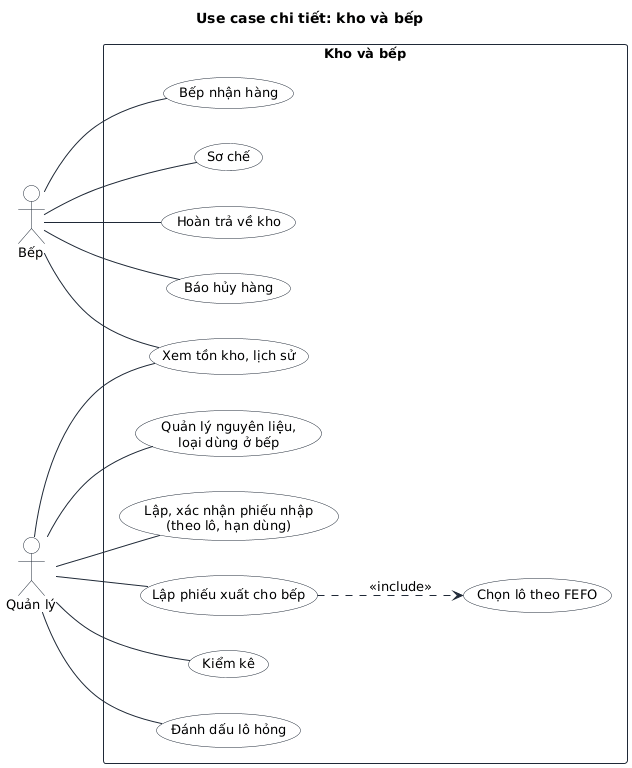
Earlier version of the PlantUML export docs/bao-cao-ltnc/uml/uc-kho.png (Anpham120/restaurant-management-system).
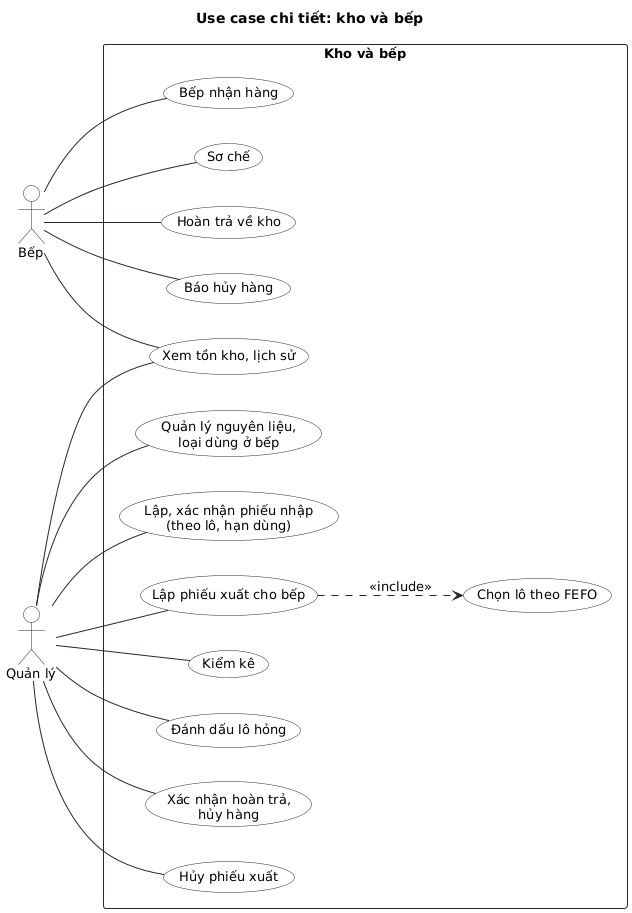
After the change.

Change to the diagram source:
```diff
@@ -16,6 +16,8 @@
   usecase "Chọn lô theo FEFO" as I3a
   usecase "Kiểm kê" as I8
   usecase "Đánh dấu lô hỏng" as I9
+  usecase "Xác nhận hoàn trả,\nhủy hàng" as I11
+  usecase "Hủy phiếu xuất" as I12
 }
 K -- I4
 K -- I5
@@ -28,5 +30,7 @@
 M -- I3
 M -- I8
 M -- I9
+M -- I11
+M -- I12
 I3 ..> I3a : <<include>>
 @enduml
```
